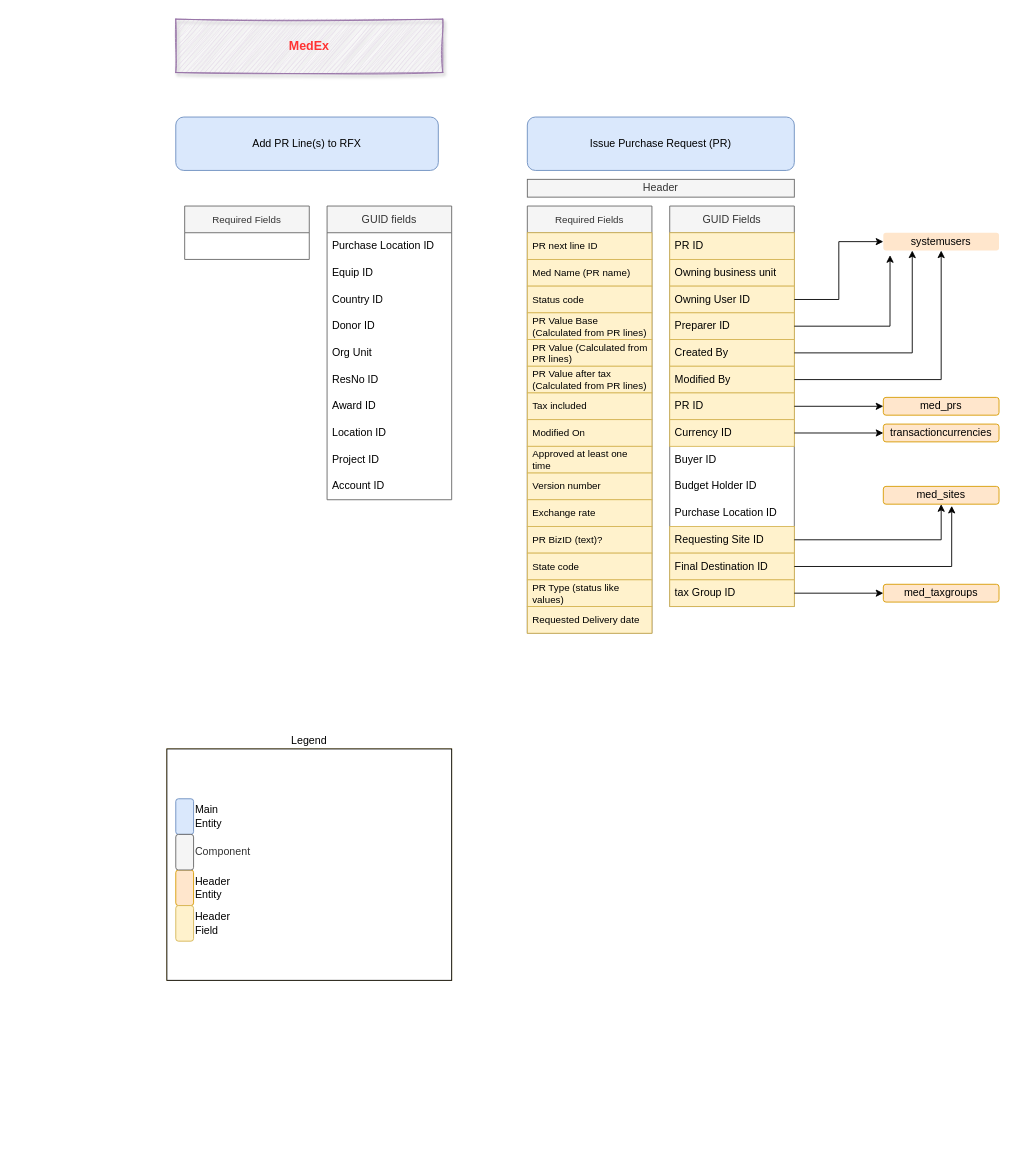
Above: page "PR Details" (3 of 3) of scm_value_chain.drawio in Medair/drawio (draw.io), before the change. Source tidied: cells renumbered, new cells numbered last; positions are measured from the earlier drawing's top-left corner, leaving out a move shared by most shapes. Both pictures are drawn from the tidied source at 89%, with x=0, y=0 at pixel (166, 19).
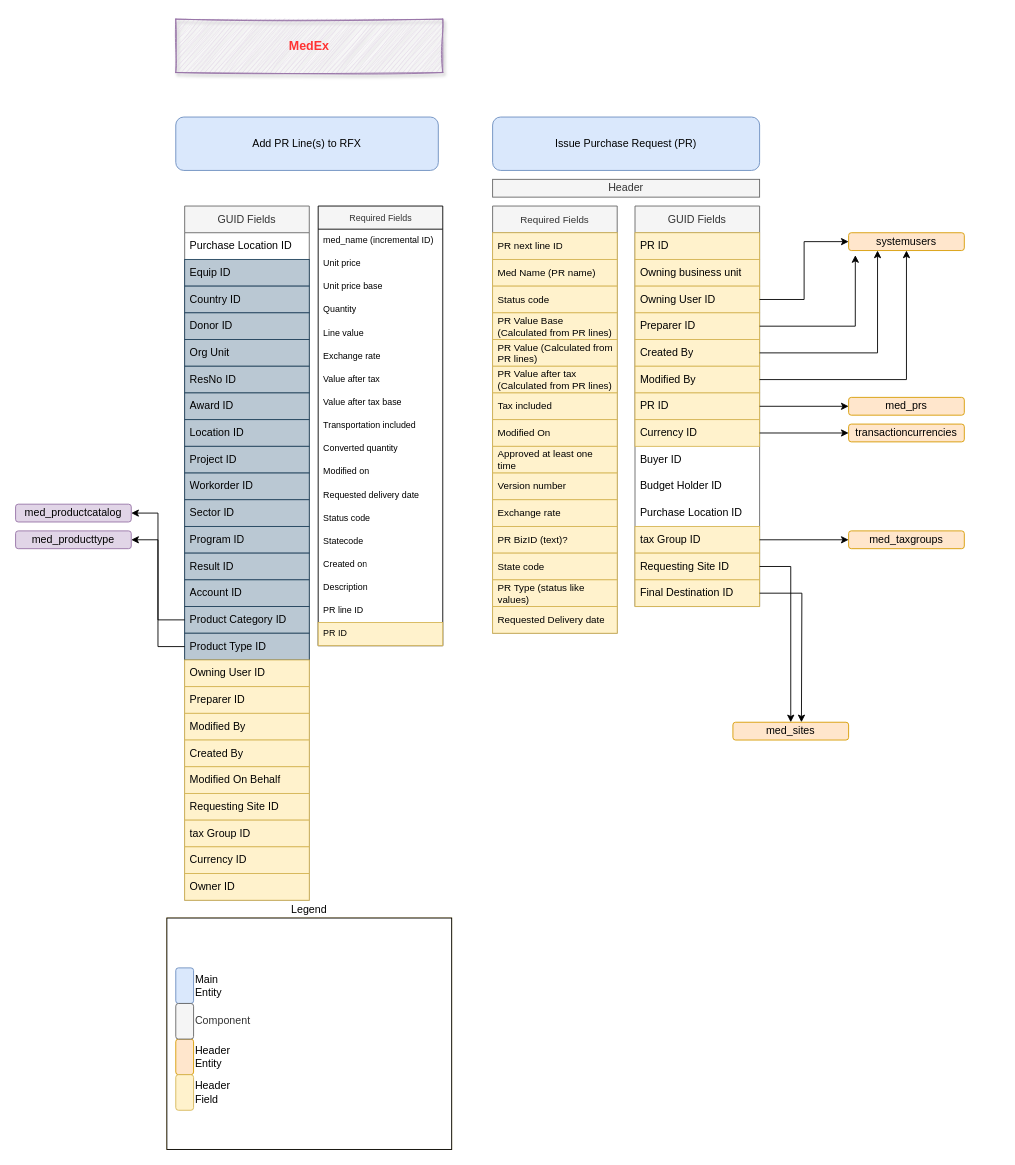
After the change.

The change refers to these unchanged cells:
```xml
<mxCell id="37" value="GUID Fields" style="swimlane;fontStyle=0;horizontal=1;startSize=30;whiteSpace=wrap;html=1;fillColor=#f5f5f5;fontColor=#333333;strokeColor=#666666;" parent="20" vertex="1">
  <mxGeometry x="160" y="100" width="140" height="450" as="geometry" />
</mxCell>
```

What changed in the source:
```diff
@@
     <mxCell id="2" style="group;fillColor=#fff2cc;strokeColor=#d6b656;" parent="1" vertex="1">
-      <mxGeometry y="820" width="320" height="260" as="geometry" />
+      <mxGeometry y="1010" width="320" height="260" as="geometry" />
     </mxCell>
@@
-    <mxCell id="9" value="GUID fields" style="swimlane;fontStyle=0;horizontal=1;startSize=30;whiteSpace=wrap;html=1;fillColor=#f5f5f5;fontColor=#333333;strokeColor=#666666;" parent="1" vertex="1">
-      <mxGeometry x="180" y="210" width="140" height="330" as="geometry" />
+    <mxCell id="9" value="GUID Fields" style="swimlane;fontStyle=0;horizontal=1;startSize=30;whiteSpace=wrap;html=1;fillColor=#f5f5f5;fontColor=#333333;strokeColor=#666666;" parent="1" vertex="1">
+      <mxGeometry x="20" y="210" width="140" height="780" as="geometry" />
     </mxCell>
@@
-    <mxCell id="11" value="Equip ID" style="text;strokeColor=none;fillColor=none;align=left;verticalAlign=middle;spacingLeft=4;spacingRight=4;overflow=hidden;whiteSpace=wrap;html=1;" parent="9" vertex="1">
+    <mxCell id="11" value="Equip ID" style="text;strokeColor=#23445d;fillColor=#bac8d3;align=left;verticalAlign=middle;spacingLeft=4;spacingRight=4;overflow=hidden;whiteSpace=wrap;html=1;" parent="9" vertex="1">
       <mxGeometry y="60" width="140" height="30" as="geometry" />
     </mxCell>
-    <mxCell id="12" value="Country ID" style="text;strokeColor=none;fillColor=none;align=left;verticalAlign=middle;spacingLeft=4;spacingRight=4;overflow=hidden;whiteSpace=wrap;html=1;" parent="9" vertex="1">
+    <mxCell id="12" value="Country ID" style="text;strokeColor=#23445d;fillColor=#bac8d3;align=left;verticalAlign=middle;spacingLeft=4;spacingRight=4;overflow=hidden;whiteSpace=wrap;html=1;" parent="9" vertex="1">
       <mxGeometry y="90" width="140" height="30" as="geometry" />
     </mxCell>
-    <mxCell id="13" value="Donor ID" style="text;strokeColor=none;fillColor=none;align=left;verticalAlign=middle;spacingLeft=4;spacingRight=4;overflow=hidden;whiteSpace=wrap;html=1;" parent="9" vertex="1">
+    <mxCell id="13" value="Donor ID" style="text;strokeColor=#23445d;fillColor=#bac8d3;align=left;verticalAlign=middle;spacingLeft=4;spacingRight=4;overflow=hidden;whiteSpace=wrap;html=1;" parent="9" vertex="1">
       <mxGeometry y="120" width="140" height="30" as="geometry" />
     </mxCell>
-    <mxCell id="14" value="Org Unit" style="text;strokeColor=none;fillColor=none;align=left;verticalAlign=middle;spacingLeft=4;spacingRight=4;overflow=hidden;whiteSpace=wrap;html=1;" parent="9" vertex="1">
+    <mxCell id="14" value="Org Unit" style="text;strokeColor=#23445d;fillColor=#bac8d3;align=left;verticalAlign=middle;spacingLeft=4;spacingRight=4;overflow=hidden;whiteSpace=wrap;html=1;" parent="9" vertex="1">
       <mxGeometry y="150" width="140" height="30" as="geometry" />
     </mxCell>
-    <mxCell id="15" value="ResNo ID" style="text;strokeColor=none;fillColor=none;align=left;verticalAlign=middle;spacingLeft=4;spacingRight=4;overflow=hidden;whiteSpace=wrap;html=1;" parent="9" vertex="1">
+    <mxCell id="15" value="ResNo ID" style="text;strokeColor=#23445d;fillColor=#bac8d3;align=left;verticalAlign=middle;spacingLeft=4;spacingRight=4;overflow=hidden;whiteSpace=wrap;html=1;" parent="9" vertex="1">
       <mxGeometry y="180" width="140" height="30" as="geometry" />
     </mxCell>
-    <mxCell id="16" value="Award ID" style="text;strokeColor=none;fillColor=none;align=left;verticalAlign=middle;spacingLeft=4;spacingRight=4;overflow=hidden;whiteSpace=wrap;html=1;" parent="9" vertex="1">
+    <mxCell id="16" value="Award ID" style="text;strokeColor=#23445d;fillColor=#bac8d3;align=left;verticalAlign=middle;spacingLeft=4;spacingRight=4;overflow=hidden;whiteSpace=wrap;html=1;" parent="9" vertex="1">
       <mxGeometry y="210" width="140" height="30" as="geometry" />
     </mxCell>
-    <mxCell id="17" value="Location ID" style="text;strokeColor=none;fillColor=none;align=left;verticalAlign=middle;spacingLeft=4;spacingRight=4;overflow=hidden;whiteSpace=wrap;html=1;" parent="9" vertex="1">
+    <mxCell id="17" value="Location ID" style="text;strokeColor=#23445d;fillColor=#bac8d3;align=left;verticalAlign=middle;spacingLeft=4;spacingRight=4;overflow=hidden;whiteSpace=wrap;html=1;" parent="9" vertex="1">
       <mxGeometry y="240" width="140" height="30" as="geometry" />
     </mxCell>
-    <mxCell id="18" value="Project ID" style="text;strokeColor=none;fillColor=none;align=left;verticalAlign=middle;spacingLeft=4;spacingRight=4;overflow=hidden;whiteSpace=wrap;html=1;" parent="9" vertex="1">
+    <mxCell id="18" value="Project ID" style="text;strokeColor=#23445d;fillColor=#bac8d3;align=left;verticalAlign=middle;spacingLeft=4;spacingRight=4;overflow=hidden;whiteSpace=wrap;html=1;" parent="9" vertex="1">
       <mxGeometry y="270" width="140" height="30" as="geometry" />
     </mxCell>
+    <mxCell id="70" value="Workorder ID" style="text;strokeColor=#23445d;fillColor=#bac8d3;align=left;verticalAlign=middle;spacingLeft=4;spacingRight=4;overflow=hidden;whiteSpace=wrap;html=1;" parent="9" vertex="1">
+      <mxGeometry y="300" width="140" height="30" as="geometry" />
+    </mxCell>
+    <mxCell id="71" value="Sector ID" style="text;strokeColor=#23445d;fillColor=#bac8d3;align=left;verticalAlign=middle;spacingLeft=4;spacingRight=4;overflow=hidden;whiteSpace=wrap;html=1;" parent="9" vertex="1">
+      <mxGeometry y="330" width="140" height="30" as="geometry" />
+    </mxCell>
+    <mxCell id="72" value="Program ID" style="text;strokeColor=#23445d;fillColor=#bac8d3;align=left;verticalAlign=middle;spacingLeft=4;spacingRight=4;overflow=hidden;whiteSpace=wrap;html=1;" parent="9" vertex="1">
+      <mxGeometry y="360" width="140" height="30" as="geometry" />
+    </mxCell>
+    <mxCell id="73" value="Result ID" style="text;strokeColor=#23445d;fillColor=#bac8d3;align=left;verticalAlign=middle;spacingLeft=4;spacingRight=4;overflow=hidden;whiteSpace=wrap;html=1;" parent="9" vertex="1">
+      <mxGeometry y="390" width="140" height="30" as="geometry" />
+    </mxCell>
-    <mxCell id="19" value="Account ID" style="text;strokeColor=none;fillColor=none;align=left;verticalAlign=middle;spacingLeft=4;spacingRight=4;overflow=hidden;whiteSpace=wrap;html=1;" parent="9" vertex="1">
-      <mxGeometry y="300" width="140" height="30" as="geometry" />
+    <mxCell id="19" value="Account ID" style="text;strokeColor=#23445d;fillColor=#bac8d3;align=left;verticalAlign=middle;spacingLeft=4;spacingRight=4;overflow=hidden;whiteSpace=wrap;html=1;" parent="9" vertex="1">
+      <mxGeometry y="420" width="140" height="30" as="geometry" />
     </mxCell>
+    <mxCell id="74" value="Product Category ID" style="text;strokeColor=#23445d;fillColor=#bac8d3;align=left;verticalAlign=middle;spacingLeft=4;spacingRight=4;overflow=hidden;points=[[0,0.5],[1,0.5]];portConstraint=eastwest;whiteSpace=wrap;html=1;" parent="9" vertex="1">
+      <mxGeometry y="450" width="140" height="30" as="geometry" />
+    </mxCell>
+    <mxCell id="75" value="Product Type ID" style="text;strokeColor=#23445d;fillColor=#bac8d3;align=left;verticalAlign=middle;spacingLeft=4;spacingRight=4;overflow=hidden;points=[[0,0.5],[1,0.5]];portConstraint=eastwest;whiteSpace=wrap;html=1;" parent="9" vertex="1">
+      <mxGeometry y="480" width="140" height="30" as="geometry" />
+    </mxCell>
+    <mxCell id="76" value="Owning User ID" style="text;strokeColor=#d6b656;fillColor=#fff2cc;align=left;verticalAlign=middle;spacingLeft=4;spacingRight=4;overflow=hidden;whiteSpace=wrap;html=1;" parent="9" vertex="1">
+      <mxGeometry y="510" width="140" height="30" as="geometry" />
+    </mxCell>
+    <mxCell id="77" value="Preparer ID" style="text;strokeColor=#d6b656;fillColor=#fff2cc;align=left;verticalAlign=middle;spacingLeft=4;spacingRight=4;overflow=hidden;whiteSpace=wrap;html=1;" parent="9" vertex="1">
+      <mxGeometry y="540" width="140" height="30" as="geometry" />
+    </mxCell>
+    <mxCell id="78" value="Modified By" style="text;strokeColor=#d6b656;fillColor=#fff2cc;align=left;verticalAlign=middle;spacingLeft=4;spacingRight=4;overflow=hidden;whiteSpace=wrap;html=1;" parent="9" vertex="1">
+      <mxGeometry y="570" width="140" height="30" as="geometry" />
+    </mxCell>
+    <mxCell id="79" value="Created By" style="text;strokeColor=#d6b656;fillColor=#fff2cc;align=left;verticalAlign=middle;spacingLeft=4;spacingRight=4;overflow=hidden;whiteSpace=wrap;html=1;" parent="9" vertex="1">
+      <mxGeometry y="600" width="140" height="30" as="geometry" />
+    </mxCell>
+    <mxCell id="80" value="Modified On Behalf" style="text;strokeColor=#d6b656;fillColor=#fff2cc;align=left;verticalAlign=middle;spacingLeft=4;spacingRight=4;overflow=hidden;whiteSpace=wrap;html=1;" parent="9" vertex="1">
+      <mxGeometry y="630" width="140" height="30" as="geometry" />
+    </mxCell>
+    <mxCell id="81" value="Requesting Site ID" style="text;strokeColor=#d6b656;fillColor=#fff2cc;align=left;verticalAlign=middle;spacingLeft=4;spacingRight=4;overflow=hidden;whiteSpace=wrap;html=1;" parent="9" vertex="1">
+      <mxGeometry y="660" width="140" height="30" as="geometry" />
+    </mxCell>
+    <mxCell id="82" value="tax Group ID" style="text;strokeColor=#d6b656;fillColor=#fff2cc;align=left;verticalAlign=middle;spacingLeft=4;spacingRight=4;overflow=hidden;whiteSpace=wrap;html=1;" parent="9" vertex="1">
+      <mxGeometry y="690" width="140" height="30" as="geometry" />
+    </mxCell>
+    <mxCell id="83" value="Currency ID" style="text;strokeColor=#d6b656;fillColor=#fff2cc;align=left;verticalAlign=middle;spacingLeft=4;spacingRight=4;overflow=hidden;whiteSpace=wrap;html=1;" parent="9" vertex="1">
+      <mxGeometry y="720" width="140" height="30" as="geometry" />
+    </mxCell>
+    <mxCell id="84" value="Owner ID" style="text;strokeColor=#d6b656;fillColor=#fff2cc;align=left;verticalAlign=middle;spacingLeft=4;spacingRight=4;overflow=hidden;whiteSpace=wrap;html=1;" parent="9" vertex="1">
+      <mxGeometry y="750" width="140" height="30" as="geometry" />
+    </mxCell>
     <mxCell id="20" style="group;" parent="1" vertex="1">
-      <mxGeometry x="405" y="110" width="530" height="580" as="geometry" />
+      <mxGeometry x="366" y="110" width="530" height="580" as="geometry" />
     </mxCell>
@@
+    <mxCell id="51" value="tax Group ID" style="text;strokeColor=#d6b656;fillColor=#fff2cc;align=left;verticalAlign=middle;spacingLeft=4;spacingRight=4;overflow=hidden;points=[[0,0.5],[1,0.5]];portConstraint=eastwest;whiteSpace=wrap;html=1;" parent="37" vertex="1">
+      <mxGeometry y="360" width="140" height="30" as="geometry" />
+    </mxCell>
     <mxCell id="49" value="Requesting Site ID" style="text;strokeColor=#d6b656;fillColor=#fff2cc;align=left;verticalAlign=middle;spacingLeft=4;spacingRight=4;overflow=hidden;points=[[0,0.5],[1,0.5]];portConstraint=eastwest;whiteSpace=wrap;html=1;" parent="37" vertex="1">
-      <mxGeometry y="360" width="140" height="30" as="geometry" />
+      <mxGeometry y="390" width="140" height="30" as="geometry" />
     </mxCell>
     <mxCell id="50" value="Final Destination ID" style="text;strokeColor=#d6b656;fillColor=#fff2cc;align=left;verticalAlign=middle;spacingLeft=4;spacingRight=4;overflow=hidden;points=[[0,0.5],[1,0.5]];portConstraint=eastwest;whiteSpace=wrap;html=1;" parent="37" vertex="1">
-      <mxGeometry y="390" width="140" height="30" as="geometry" />
+      <mxGeometry y="420" width="140" height="30" as="geometry" />
     </mxCell>
-    <mxCell id="51" value="tax Group ID" style="text;strokeColor=#d6b656;fillColor=#fff2cc;align=left;verticalAlign=middle;spacingLeft=4;spacingRight=4;overflow=hidden;points=[[0,0.5],[1,0.5]];portConstraint=eastwest;whiteSpace=wrap;html=1;" parent="37" vertex="1">
-      <mxGeometry y="420" width="140" height="30" as="geometry" />
-    </mxCell>
-    <mxCell id="52" value="med_sites" style="rounded=1;whiteSpace=wrap;html=1;fillColor=#ffe6cc;strokeColor=#d79b00;" parent="20" vertex="1">
-      <mxGeometry x="400" y="415" width="130" height="20" as="geometry" />
-    </mxCell>
-    <mxCell id="53" value="systemusers" style="rounded=1;whiteSpace=wrap;html=1;fillColor=#ffe6cc;strokeColor=none;" parent="20" vertex="1">
+    <mxCell id="53" value="systemusers" style="rounded=1;whiteSpace=wrap;html=1;fillColor=#ffe6cc;strokeColor=#d79b00;" parent="20" vertex="1">
       <mxGeometry x="400" y="130" width="130" height="20" as="geometry" />
     </mxCell>
@@
     <mxCell id="55" value="med_taxgroups" style="rounded=1;whiteSpace=wrap;html=1;fillColor=#ffe6cc;strokeColor=#d79b00;" parent="20" vertex="1">
-      <mxGeometry x="400" y="525" width="130" height="20" as="geometry" />
+      <mxGeometry x="400" y="465" width="130" height="20" as="geometry" />
     </mxCell>
-    <mxCell id="56" style="edgeStyle=orthogonalEdgeStyle;rounded=0;jettySize=auto;html=1;exitX=1;exitY=0.5;exitDx=0;exitDy=0;" parent="20" edge="1" source="49" target="52">
-      <mxGeometry relative="1" as="geometry" />
-    </mxCell>
@@
-    <mxCell id="59" style="edgeStyle=orthogonalEdgeStyle;rounded=0;jettySize=auto;html=1;exitX=1;exitY=0.5;exitDx=0;exitDy=0;entryX=0.591;entryY=1.093;entryDx=0;entryDy=0;entryPerimeter=0;" parent="20" edge="1" source="50" target="52">
-      <mxGeometry relative="1" as="geometry" />
-    </mxCell>
@@
-    <mxCell id="69" value="Required Fields" style="swimlane;fontStyle=0;horizontal=1;startSize=30;whiteSpace=wrap;html=1;fontSize=11;fillColor=#f5f5f5;fontColor=#333333;strokeColor=#666666;" parent="1" vertex="1">
-      <mxGeometry x="20" y="210" width="140" height="60" as="geometry" />
+    <mxCell id="69" value="Required Fields" style="swimlane;fontStyle=0;horizontal=1;startSize=26;fillColor=#f5f5f5;html=1;fontColor=#333333;strokeColor=default;fontSize=10;" parent="1" vertex="1">
+      <mxGeometry x="170" y="210" width="140" height="494" as="geometry" />
     </mxCell>
+    <mxCell id="85" value="med_name (incremental ID)" style="text;strokeColor=none;fillColor=none;align=left;verticalAlign=top;spacingLeft=4;spacingRight=4;overflow=hidden;whiteSpace=wrap;html=1;fontSize=10;" parent="69" vertex="1">
+      <mxGeometry y="26" width="140" height="26" as="geometry" />
+    </mxCell>
+    <mxCell id="86" value="Unit price" style="text;strokeColor=none;fillColor=none;align=left;verticalAlign=top;spacingLeft=4;spacingRight=4;overflow=hidden;whiteSpace=wrap;html=1;fontSize=10;" parent="69" vertex="1">
+      <mxGeometry y="52" width="140" height="26" as="geometry" />
+    </mxCell>
+    <mxCell id="87" value="Unit price base" style="text;strokeColor=none;fillColor=none;align=left;verticalAlign=top;spacingLeft=4;spacingRight=4;overflow=hidden;whiteSpace=wrap;html=1;fontSize=10;" parent="69" vertex="1">
+      <mxGeometry y="78" width="140" height="26" as="geometry" />
+    </mxCell>
+    <mxCell id="88" value="Quantity" style="text;strokeColor=none;fillColor=none;align=left;verticalAlign=top;spacingLeft=4;spacingRight=4;overflow=hidden;whiteSpace=wrap;html=1;fontSize=10;" parent="69" vertex="1">
+      <mxGeometry y="104" width="140" height="26" as="geometry" />
+    </mxCell>
+    <mxCell id="89" value="Line value" style="text;strokeColor=none;fillColor=none;align=left;verticalAlign=top;spacingLeft=4;spacingRight=4;overflow=hidden;whiteSpace=wrap;html=1;fontSize=10;" parent="69" vertex="1">
+      <mxGeometry y="130" width="140" height="26" as="geometry" />
+    </mxCell>
+    <mxCell id="90" value="Exchange rate" style="text;strokeColor=none;fillColor=none;align=left;verticalAlign=top;spacingLeft=4;spacingRight=4;overflow=hidden;whiteSpace=wrap;html=1;fontSize=10;" parent="69" vertex="1">
+      <mxGeometry y="156" width="140" height="26" as="geometry" />
+    </mxCell>
+    <mxCell id="91" value="Value after tax" style="text;strokeColor=none;fillColor=none;align=left;verticalAlign=top;spacingLeft=4;spacingRight=4;overflow=hidden;whiteSpace=wrap;html=1;fontSize=10;" parent="69" vertex="1">
+      <mxGeometry y="182" width="140" height="26" as="geometry" />
+    </mxCell>
+    <mxCell id="92" value="Value after tax base" style="text;strokeColor=none;fillColor=none;align=left;verticalAlign=top;spacingLeft=4;spacingRight=4;overflow=hidden;whiteSpace=wrap;html=1;fontSize=10;" parent="69" vertex="1">
+      <mxGeometry y="208" width="140" height="26" as="geometry" />
+    </mxCell>
+    <mxCell id="93" value="Transportation included" style="text;strokeColor=none;fillColor=none;align=left;verticalAlign=top;spacingLeft=4;spacingRight=4;overflow=hidden;whiteSpace=wrap;html=1;fontSize=10;" parent="69" vertex="1">
+      <mxGeometry y="234" width="140" height="26" as="geometry" />
+    </mxCell>
+    <mxCell id="94" value="Converted quantity" style="text;strokeColor=none;fillColor=none;align=left;verticalAlign=top;spacingLeft=4;spacingRight=4;overflow=hidden;whiteSpace=wrap;html=1;fontSize=10;" parent="69" vertex="1">
+      <mxGeometry y="260" width="140" height="26" as="geometry" />
+    </mxCell>
+    <mxCell id="95" value="Modified on" style="text;strokeColor=none;fillColor=none;align=left;verticalAlign=top;spacingLeft=4;spacingRight=4;overflow=hidden;whiteSpace=wrap;html=1;fontSize=10;" parent="69" vertex="1">
+      <mxGeometry y="286" width="140" height="26" as="geometry" />
+    </mxCell>
+    <mxCell id="96" value="Requested delivery date" style="text;strokeColor=none;fillColor=none;align=left;verticalAlign=top;spacingLeft=4;spacingRight=4;overflow=hidden;whiteSpace=wrap;html=1;fontSize=10;" parent="69" vertex="1">
+      <mxGeometry y="312" width="140" height="26" as="geometry" />
+    </mxCell>
+    <mxCell id="97" value="Status code" style="text;strokeColor=none;fillColor=none;align=left;verticalAlign=top;spacingLeft=4;spacingRight=4;overflow=hidden;whiteSpace=wrap;html=1;fontSize=10;" parent="69" vertex="1">
+      <mxGeometry y="338" width="140" height="26" as="geometry" />
+    </mxCell>
+    <mxCell id="98" value="Statecode" style="text;strokeColor=none;fillColor=none;align=left;verticalAlign=top;spacingLeft=4;spacingRight=4;overflow=hidden;whiteSpace=wrap;html=1;fontSize=10;" parent="69" vertex="1">
+      <mxGeometry y="364" width="140" height="26" as="geometry" />
+    </mxCell>
+    <mxCell id="99" value="Created on" style="text;strokeColor=none;fillColor=none;align=left;verticalAlign=top;spacingLeft=4;spacingRight=4;overflow=hidden;whiteSpace=wrap;html=1;fontSize=10;" parent="69" vertex="1">
+      <mxGeometry y="390" width="140" height="26" as="geometry" />
+    </mxCell>
+    <mxCell id="100" value="Description" style="text;strokeColor=none;fillColor=none;align=left;verticalAlign=top;spacingLeft=4;spacingRight=4;overflow=hidden;whiteSpace=wrap;html=1;fontSize=10;" parent="69" vertex="1">
+      <mxGeometry y="416" width="140" height="26" as="geometry" />
+    </mxCell>
+    <mxCell id="101" value="PR line ID" style="text;strokeColor=none;fillColor=none;align=left;verticalAlign=top;spacingLeft=4;spacingRight=4;overflow=hidden;whiteSpace=wrap;html=1;fontSize=10;" parent="69" vertex="1">
+      <mxGeometry y="442" width="140" height="26" as="geometry" />
+    </mxCell>
+    <mxCell id="102" value="PR ID" style="text;strokeColor=#d6b656;fillColor=#fff2cc;align=left;verticalAlign=top;spacingLeft=4;spacingRight=4;overflow=hidden;whiteSpace=wrap;html=1;fontSize=10;" parent="69" vertex="1">
+      <mxGeometry y="468" width="140" height="26" as="geometry" />
+    </mxCell>
+    <mxCell id="103" value="med_productcatalog" style="rounded=1;whiteSpace=wrap;html=1;fillColor=#e1d5e7;strokeColor=#9673a6;" parent="1" vertex="1">
+      <mxGeometry x="-170" y="545" width="130" height="20" as="geometry" />
+    </mxCell>
+    <mxCell id="104" style="edgeStyle=orthogonalEdgeStyle;rounded=0;jettySize=auto;html=1;exitX=0;exitY=0.5;exitDx=0;exitDy=0;entryX=1;entryY=0.5;entryDx=0;entryDy=0;" parent="1" edge="1" source="74" target="103">
+      <mxGeometry relative="1" as="geometry" />
+    </mxCell>
+    <mxCell id="105" value="med_producttype" style="rounded=1;whiteSpace=wrap;html=1;fillColor=#e1d5e7;strokeColor=#9673a6;" parent="1" vertex="1">
+      <mxGeometry x="-170" y="575" width="130" height="20" as="geometry" />
+    </mxCell>
+    <mxCell id="106" style="edgeStyle=orthogonalEdgeStyle;rounded=0;jettySize=auto;html=1;exitX=0;exitY=0.5;exitDx=0;exitDy=0;entryX=1;entryY=0.5;entryDx=0;entryDy=0;" parent="1" edge="1" source="75" target="105">
+      <mxGeometry relative="1" as="geometry" />
+    </mxCell>
+    <mxCell id="52" value="med_sites" style="rounded=1;whiteSpace=wrap;html=1;fillColor=#ffe6cc;strokeColor=#d79b00;" parent="1" vertex="1">
+      <mxGeometry x="636" y="790" width="130" height="20" as="geometry" />
+    </mxCell>
+    <mxCell id="56" style="edgeStyle=orthogonalEdgeStyle;rounded=0;jettySize=auto;html=1;exitX=1;exitY=0.5;exitDx=0;exitDy=0;" parent="1" edge="1" source="49" target="52">
+      <mxGeometry relative="1" as="geometry" />
+    </mxCell>
+    <mxCell id="59" style="edgeStyle=orthogonalEdgeStyle;rounded=0;jettySize=auto;html=1;exitX=1;exitY=0.5;exitDx=0;exitDy=0;" parent="1" edge="1" source="50">
+      <mxGeometry relative="1" as="geometry">
+        <mxPoint x="713" y="790" as="targetPoint" />
+      </mxGeometry>
+    </mxCell>
```
